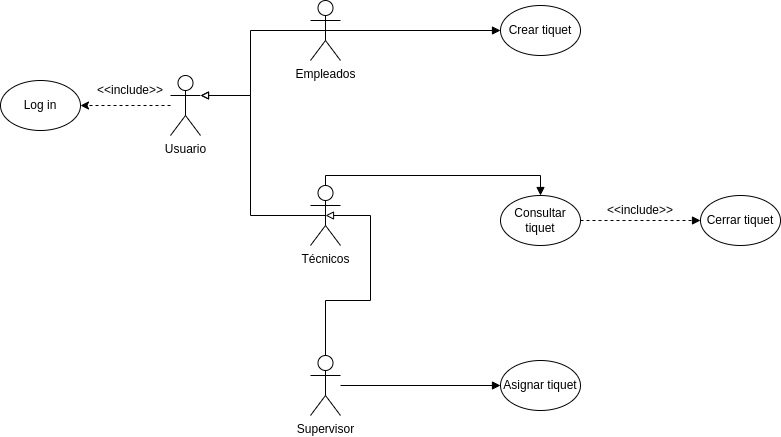
Earlier version of the draw.io export Diagrama de cassos dús.drawio.png (luquetoon/Ticketing_Alex_Sergi). Source tidied: cells renumbered, new cells last; positions are measured from the earlier drawing's top-left corner, leaving out a move shared by most shapes.
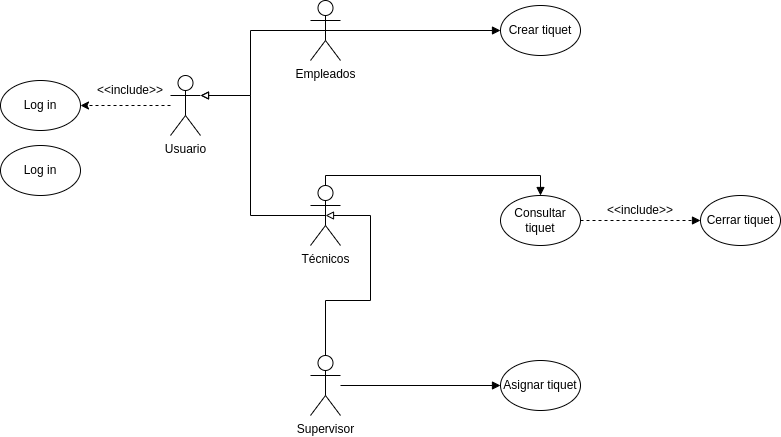
After the change.

Diff of the diagram source:
```diff
@@ -81,5 +81,8 @@
     <mxCell id="20" value="&amp;lt;&amp;lt;include&amp;gt;&amp;gt;" style="text;html=1;strokeColor=none;fillColor=none;align=center;verticalAlign=middle;whiteSpace=wrap;rounded=0;" parent="1" vertex="1">
       <mxGeometry x="100" y="75" width="60" height="30" as="geometry" />
     </mxCell>
+    <mxCell id="21" value="Log in" style="ellipse;whiteSpace=wrap;html=1;" parent="1" vertex="1">
+      <mxGeometry y="145" width="80" height="50" as="geometry" />
+    </mxCell>
   </root>
 </mxGraphModel>
```
